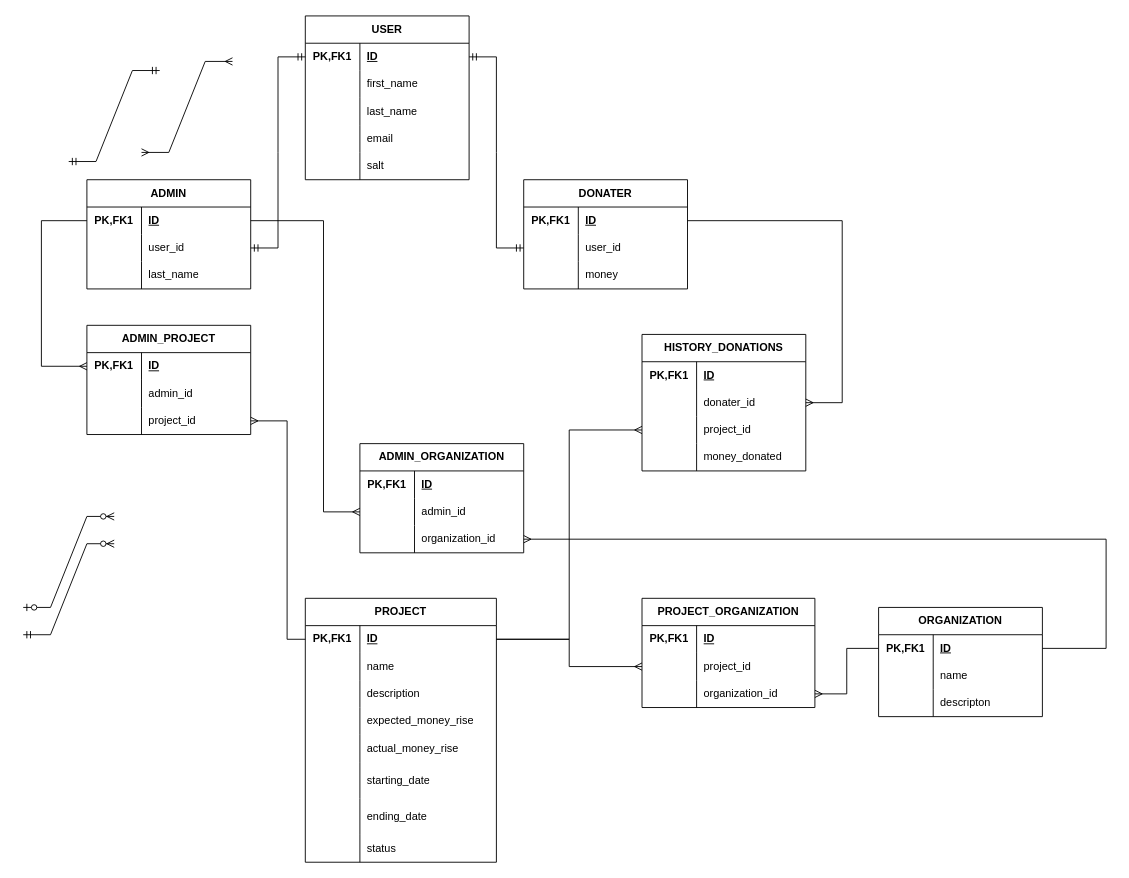
Above: stuff/diagrams.drawio in a-attendee/practice-2 (draw.io), before the change. Source tidied: cells renumbered, new cells numbered last; positions are measured from the earlier drawing's top-left corner, leaving out a move shared by most shapes. Both pictures are drawn from the tidied source at 91%, with x=0, y=0 at pixel (23, 15).
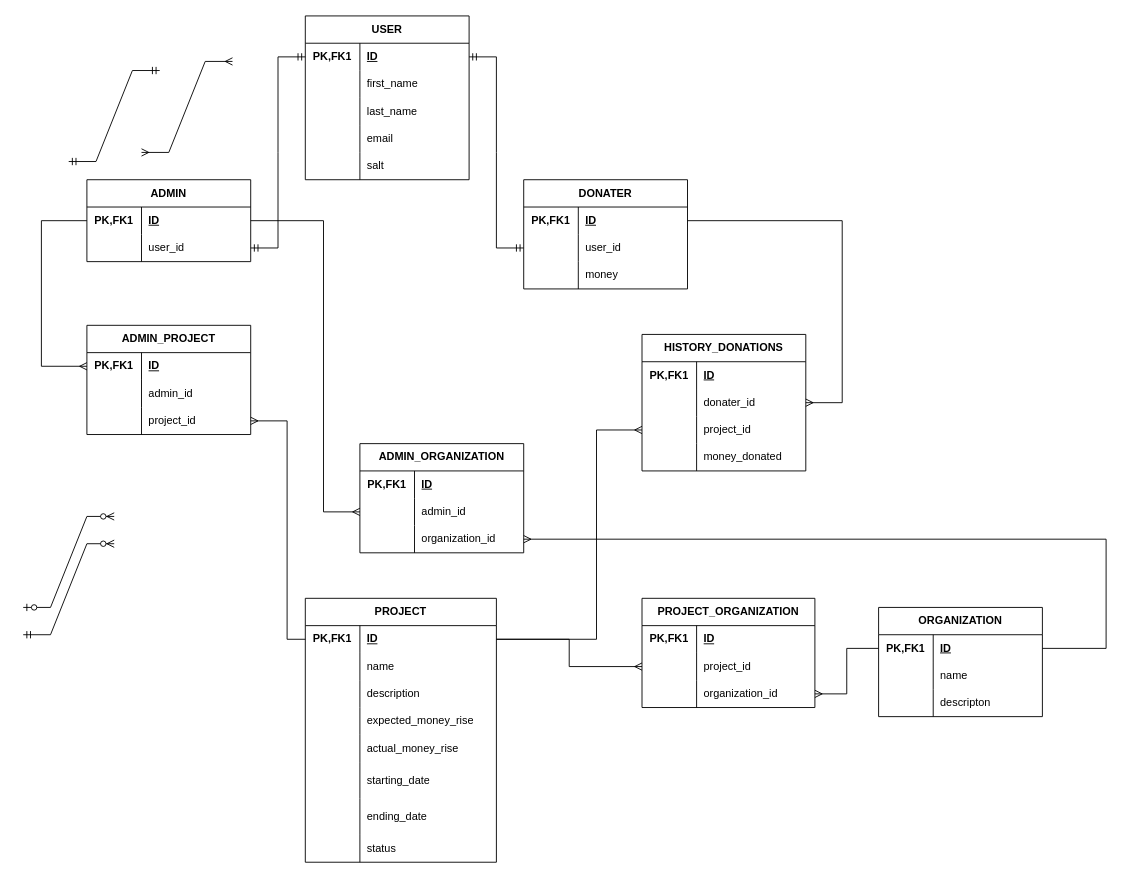
After the change.

Unchanged cells that the change refers to:
```xml
<mxCell id="39" style="shape=tableRow;horizontal=0;startSize=0;swimlaneHead=0;swimlaneBody=0;fillColor=none;points=[[0,0.5],[1,0.5]];portConstraint=eastwest;top=0;left=0;right=0;bottom=0;html=1;" parent="38" vertex="1">
  <mxGeometry y="30" width="210" height="30" as="geometry" />
</mxCell>
<mxCell id="93" style="shape=tableRow;horizontal=0;startSize=0;swimlaneHead=0;swimlaneBody=0;fillColor=none;points=[[0,0.5],[1,0.5]];portConstraint=eastwest;top=0;left=0;right=0;bottom=0;html=1;" parent="89" vertex="1">
  <mxGeometry y="60" width="190" height="30" as="geometry" />
</mxCell>
<mxCell id="108" style="shape=tableRow;horizontal=0;startSize=0;swimlaneHead=0;swimlaneBody=0;fillColor=none;points=[[0,0.5],[1,0.5]];portConstraint=eastwest;top=0;left=0;right=0;bottom=0;html=1;" parent="101" vertex="1">
  <mxGeometry y="90" width="180" height="30" as="geometry" />
</mxCell>
```

What changed in the source:
```diff
@@
     <mxCell id="18" value="ADMIN" style="shape=table;startSize=30;childLayout=tableLayout;rowLines=0;fontStyle=1;align=center;html=1;whiteSpace=wrap;" parent="1" vertex="1">
-      <mxGeometry x="70" y="180" width="180" height="120" as="geometry" />
+      <mxGeometry x="70" y="180" width="180" height="90" as="geometry" />
     </mxCell>
@@
-    <mxCell id="25" style="shape=tableRow;horizontal=0;startSize=0;swimlaneHead=0;swimlaneBody=0;fillColor=none;top=0;left=0;right=0;bottom=0;html=1;" parent="18" vertex="1">
-      <mxGeometry y="90" width="180" height="30" as="geometry" />
-    </mxCell>
-    <mxCell id="26" style="shape=partialRectangle;fillColor=none;top=0;left=0;bottom=0;right=0;overflow=hidden;html=1;whiteSpace=wrap;" parent="25" vertex="1">
-      <mxGeometry width="60" height="30" as="geometry" />
-    </mxCell>
-    <mxCell id="27" value="last_name" style="shape=partialRectangle;fillColor=none;top=0;left=0;bottom=0;right=0;align=left;spacingLeft=6;overflow=hidden;html=1;whiteSpace=wrap;" parent="25" vertex="1">
-      <mxGeometry x="60" width="120" height="30" as="geometry" />
-    </mxCell>
@@
     <mxCell id="99" style="fontSize=12;html=1;endArrow=ERmany;rounded=0;entryX=0;entryY=0.5;entryDx=0;entryDy=0;edgeStyle=elbowEdgeStyle;exitX=1;exitY=0.5;exitDx=0;exitDy=0;" parent="1" edge="1" source="39" target="93">
-      <mxGeometry relative="1" as="geometry" />
+      <mxGeometry relative="1" as="geometry">
+        <Array as="points">
+          <mxPoint x="600" y="700" />
+        </Array>
+      </mxGeometry>
     </mxCell>
@@
     <mxCell id="115" style="fontSize=12;html=1;endArrow=ERmany;rounded=0;edgeStyle=elbowEdgeStyle;exitX=1;exitY=0.5;exitDx=0;exitDy=0;entryX=0;entryY=0.5;entryDx=0;entryDy=0;" parent="1" edge="1" source="39" target="108">
-      <mxGeometry relative="1" as="geometry" />
+      <mxGeometry relative="1" as="geometry">
+        <Array as="points">
+          <mxPoint x="630" y="570" />
+        </Array>
+      </mxGeometry>
     </mxCell>
```
